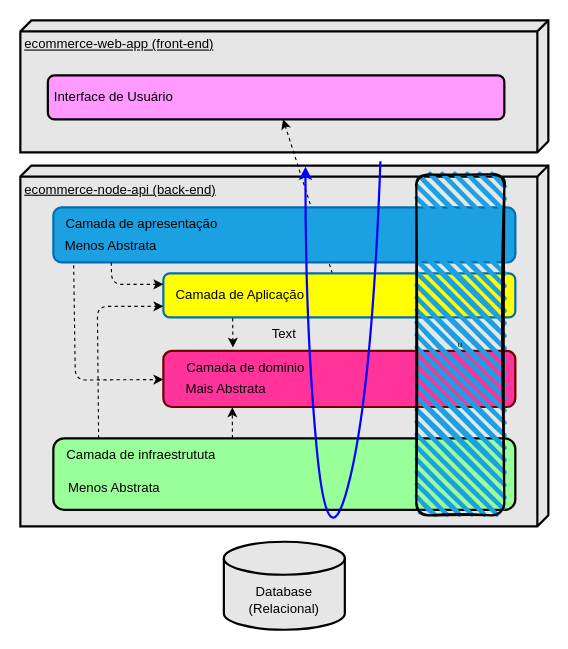
Before: page "Arquitetura em Camadas" (1 of 2) of requirements/ecommerce-arquitetura.drawio in EvilazioNeto/ecommerce-node-api, a draw.io diagram. Source tidied: cells renumbered, new cells numbered last; positions are measured from the earlier drawing's top-left corner, leaving out a move shared by most shapes. Both pictures are drawn from the tidied source at 110%, with x=0, y=0 at pixel (20, 20).
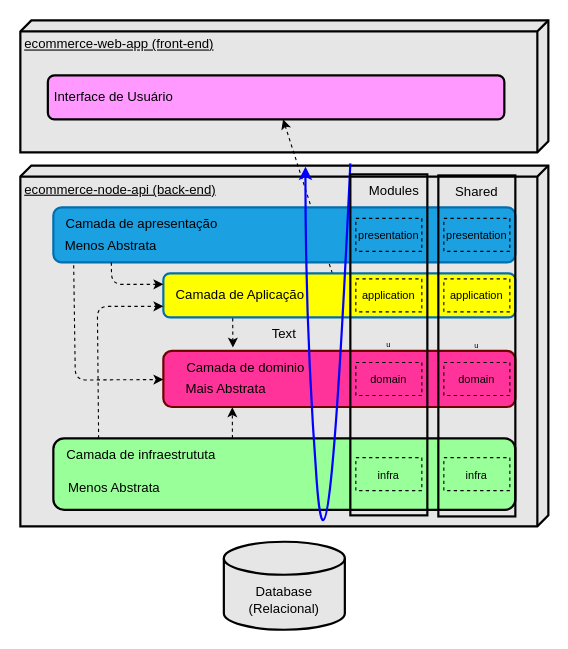
The same diagram, later.

The change refers to these unchanged cells:
```xml
<mxCell id="2" value="&lt;font color=&quot;#000000&quot;&gt;ecommerce-node-api (back-end)&lt;/font&gt;" style="verticalAlign=top;align=left;spacingTop=8;spacingLeft=2;spacingRight=12;shape=cube;size=10;direction=south;fontStyle=4;html=1;strokeWidth=2;fillColor=#E6E6E6;" parent="1" vertex="1">
  <mxGeometry y="132" width="480" height="328" as="geometry" />
</mxCell>
```

What changed in the source:
```diff
@@
-    <mxCell id="24" style="curved=1;endArrow=classic;html=1;rounded=1;strokeColor=#0000FF;fontColor=#000000;exitX=-0.012;exitY=0.318;exitDx=0;exitDy=0;exitPerimeter=0;strokeWidth=2;entryX=0.003;entryY=0.46;entryDx=0;entryDy=0;entryPerimeter=0;" parent="1" edge="1" source="2" target="2">
+    <mxCell id="24" style="curved=1;endArrow=classic;html=1;rounded=1;strokeColor=#0000FF;fontColor=#000000;strokeWidth=2;entryX=0.003;entryY=0.46;entryDx=0;entryDy=0;entryPerimeter=0;" parent="1" edge="1" target="2">
       <mxGeometry relative="1" as="geometry">
+        <mxPoint x="300" y="130" as="sourcePoint" />
         <Array as="points">
-          <mxPoint x="320" y="330" />
-          <mxPoint x="280" y="500" />
+          <mxPoint x="280" y="560" />
           <mxPoint x="259" y="280" />
         </Array>
       </mxGeometry>
     </mxCell>
-    <mxCell id="25" value="u" style="rounded=1;whiteSpace=wrap;html=1;strokeWidth=2;fillWeight=4;hachureGap=8;hachureAngle=45;fillColor=#1ba1e2;sketch=1;shadow=0;strokeColor=#000000;fontSize=7;fontColor=#000000;" parent="1" vertex="1">
-      <mxGeometry x="360" y="140" width="80" height="310" as="geometry" />
+    <mxCell id="25" value="u" style="rounded=0;whiteSpace=wrap;html=1;strokeWidth=2;fillWeight=4;hachureGap=8;hachureAngle=45;fillColor=none;shadow=0;strokeColor=#000000;fontSize=7;fontColor=#000000;" parent="1" vertex="1">
+      <mxGeometry x="300" y="140" width="70" height="310" as="geometry" />
     </mxCell>
@@
+    <mxCell id="27" value="&lt;font color=&quot;#000000&quot;&gt;Modules&lt;/font&gt;" style="text;html=1;strokeColor=none;fillColor=none;align=center;verticalAlign=middle;whiteSpace=wrap;rounded=0;sketch=0;" parent="1" vertex="1">
+      <mxGeometry x="310" y="140" width="60" height="30" as="geometry" />
+    </mxCell>
+    <mxCell id="28" value="&lt;font style=&quot;font-size: 10px;&quot; color=&quot;#000000&quot;&gt;application&lt;/font&gt;" style="text;html=1;strokeColor=#000000;fillColor=none;align=center;verticalAlign=middle;whiteSpace=wrap;rounded=0;sketch=0;dashed=1;" parent="1" vertex="1">
+      <mxGeometry x="305" y="235" width="60" height="30" as="geometry" />
+    </mxCell>
+    <mxCell id="29" value="&lt;font style=&quot;font-size: 10px;&quot; color=&quot;#000000&quot;&gt;domain&lt;/font&gt;" style="text;html=1;strokeColor=#000000;fillColor=none;align=center;verticalAlign=middle;whiteSpace=wrap;rounded=0;sketch=0;dashed=1;" parent="1" vertex="1">
+      <mxGeometry x="305" y="311" width="60" height="30" as="geometry" />
+    </mxCell>
+    <mxCell id="30" value="&lt;font style=&quot;font-size: 10px;&quot; color=&quot;#000000&quot;&gt;infra&lt;/font&gt;" style="text;html=1;strokeColor=#000000;fillColor=none;align=center;verticalAlign=middle;whiteSpace=wrap;rounded=0;sketch=0;dashed=1;" parent="1" vertex="1">
+      <mxGeometry x="305" y="397.5" width="60" height="30" as="geometry" />
+    </mxCell>
+    <mxCell id="31" value="&lt;font style=&quot;font-size: 10px;&quot; color=&quot;#000000&quot;&gt;presentation&lt;/font&gt;" style="text;html=1;strokeColor=#000000;fillColor=none;align=center;verticalAlign=middle;whiteSpace=wrap;rounded=0;sketch=0;dashed=1;" parent="1" vertex="1">
+      <mxGeometry x="305" y="180" width="60" height="30" as="geometry" />
+    </mxCell>
+    <mxCell id="32" value="u" style="rounded=0;whiteSpace=wrap;html=1;strokeWidth=2;fillWeight=4;hachureGap=8;hachureAngle=45;fillColor=none;shadow=0;strokeColor=#000000;fontSize=7;fontColor=#000000;" parent="1" vertex="1">
+      <mxGeometry x="380" y="141" width="70" height="310" as="geometry" />
+    </mxCell>
+    <mxCell id="33" value="&lt;font color=&quot;#000000&quot;&gt;Shared&lt;/font&gt;" style="text;html=1;strokeColor=none;fillColor=none;align=center;verticalAlign=middle;whiteSpace=wrap;rounded=0;sketch=0;" parent="1" vertex="1">
+      <mxGeometry x="385" y="141" width="60" height="30" as="geometry" />
+    </mxCell>
+    <mxCell id="34" value="&lt;font style=&quot;font-size: 10px;&quot; color=&quot;#000000&quot;&gt;presentation&lt;/font&gt;" style="text;html=1;strokeColor=#000000;fillColor=none;align=center;verticalAlign=middle;whiteSpace=wrap;rounded=0;sketch=0;dashed=1;" parent="1" vertex="1">
+      <mxGeometry x="385" y="180" width="60" height="30" as="geometry" />
+    </mxCell>
+    <mxCell id="35" value="&lt;span style=&quot;color: rgb(0, 0, 0); font-size: 10px;&quot;&gt;application&lt;/span&gt;" style="text;html=1;strokeColor=#000000;fillColor=none;align=center;verticalAlign=middle;whiteSpace=wrap;rounded=0;sketch=0;dashed=1;" parent="1" vertex="1">
+      <mxGeometry x="385" y="235" width="60" height="30" as="geometry" />
+    </mxCell>
+    <mxCell id="36" value="&lt;font style=&quot;font-size: 10px;&quot; color=&quot;#000000&quot;&gt;domain&lt;/font&gt;" style="text;html=1;strokeColor=#000000;fillColor=none;align=center;verticalAlign=middle;whiteSpace=wrap;rounded=0;sketch=0;dashed=1;" parent="1" vertex="1">
+      <mxGeometry x="385" y="311" width="60" height="30" as="geometry" />
+    </mxCell>
+    <mxCell id="37" value="&lt;font style=&quot;font-size: 10px;&quot; color=&quot;#000000&quot;&gt;infra&lt;/font&gt;" style="text;html=1;strokeColor=#000000;fillColor=none;align=center;verticalAlign=middle;whiteSpace=wrap;rounded=0;sketch=0;dashed=1;" parent="1" vertex="1">
+      <mxGeometry x="385" y="397.5" width="60" height="30" as="geometry" />
+    </mxCell>
```
